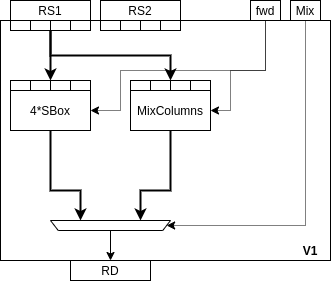
The draw.io diagram doc/diagrams/ise-datapath-v1.png in scarv/aes-risc-pipeline, before a commit. Source tidied: cells renumbered, new cells last; positions are measured from the earlier drawing's top-left corner, leaving out a move shared by most shapes.
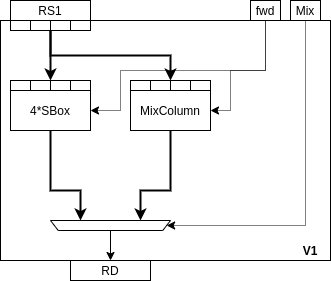
The same diagram one commit later.

Commit message:
paper: Update datapath diagrams and move to appendix.

Change to the diagram source:
```diff
@@ -8,127 +8,112 @@
     <mxCell id="3" value="RS1" style="rounded=0;whiteSpace=wrap;html=1;" parent="1" vertex="1">
       <mxGeometry x="10" width="80" height="20" as="geometry" />
     </mxCell>
-    <mxCell id="4" value="RS2" style="rounded=0;whiteSpace=wrap;html=1;" parent="1" vertex="1">
-      <mxGeometry x="100" width="80" height="20" as="geometry" />
+    <mxCell id="4" style="edgeStyle=orthogonalEdgeStyle;rounded=0;jettySize=auto;html=1;exitX=0.5;exitY=1;exitDx=0;exitDy=0;entryX=1;entryY=0.5;entryDx=0;entryDy=0;dashed=1;dashPattern=1 1;" parent="1" edge="1" source="6" target="10">
+      <mxGeometry relative="1" as="geometry">
+        <Array as="points">
+          <mxPoint x="265" y="70" />
+          <mxPoint x="120" y="70" />
+          <mxPoint x="120" y="110" />
+        </Array>
+      </mxGeometry>
     </mxCell>
-    <mxCell id="5" style="edgeStyle=orthogonalEdgeStyle;rounded=0;jettySize=auto;html=1;exitX=0.5;exitY=1;exitDx=0;exitDy=0;entryX=1;entryY=0.5;entryDx=0;entryDy=0;dashed=1;dashPattern=1 1;" parent="1" edge="1" source="7" target="11">
+    <mxCell id="5" style="edgeStyle=orthogonalEdgeStyle;rounded=0;jettySize=auto;html=1;exitX=0.5;exitY=1;exitDx=0;exitDy=0;entryX=1;entryY=0.5;entryDx=0;entryDy=0;dashed=1;dashPattern=1 1;" parent="1" edge="1" source="6" target="12">
       <mxGeometry relative="1" as="geometry">
         <Array as="points">
           <mxPoint x="265" y="70" />
-          <mxPoint x="120" y="70" />
-          <mxPoint x="120" y="110" />
+          <mxPoint x="230" y="70" />
+          <mxPoint x="230" y="110" />
         </Array>
       </mxGeometry>
     </mxCell>
-    <mxCell id="6" style="edgeStyle=orthogonalEdgeStyle;rounded=0;jettySize=auto;html=1;exitX=0.5;exitY=1;exitDx=0;exitDy=0;entryX=1;entryY=0.5;entryDx=0;entryDy=0;dashed=1;dashPattern=1 1;" parent="1" edge="1" source="7" target="13">
-      <mxGeometry relative="1" as="geometry">
-        <Array as="points">
-          <mxPoint x="265" y="70" />
-          <mxPoint x="230" y="70" />
-          <mxPoint x="230" y="110" />
-        </Array>
-      </mxGeometry>
+    <mxCell id="6" value="fwd" style="rounded=0;whiteSpace=wrap;html=1;" parent="1" vertex="1">
+      <mxGeometry x="250" width="30" height="20" as="geometry" />
     </mxCell>
-    <mxCell id="7" value="fwd" style="rounded=0;whiteSpace=wrap;html=1;" parent="1" vertex="1">
-      <mxGeometry x="250" width="30" height="20" as="geometry" />
+    <mxCell id="7" style="edgeStyle=orthogonalEdgeStyle;rounded=0;jettySize=auto;html=1;exitX=0.5;exitY=1;exitDx=0;exitDy=0;entryX=0;entryY=0.5;entryDx=0;entryDy=0;dashed=1;dashPattern=1 1;" parent="1" edge="1" source="8" target="14">
+      <mxGeometry relative="1" as="geometry">
+        <Array as="points">
+          <mxPoint x="305" y="225" />
+        </Array>
+      </mxGeometry>
     </mxCell>
-    <mxCell id="8" style="edgeStyle=orthogonalEdgeStyle;rounded=0;jettySize=auto;html=1;exitX=0.5;exitY=1;exitDx=0;exitDy=0;entryX=0;entryY=0.5;entryDx=0;entryDy=0;dashed=1;dashPattern=1 1;" parent="1" edge="1" source="9" target="15">
-      <mxGeometry relative="1" as="geometry">
-        <Array as="points">
-          <mxPoint x="305" y="225" />
-        </Array>
-      </mxGeometry>
+    <mxCell id="8" value="Mix" style="rounded=0;whiteSpace=wrap;html=1;" parent="1" vertex="1">
+      <mxGeometry x="290" width="30" height="20" as="geometry" />
     </mxCell>
-    <mxCell id="9" value="Mix" style="rounded=0;whiteSpace=wrap;html=1;" parent="1" vertex="1">
-      <mxGeometry x="290" width="30" height="20" as="geometry" />
+    <mxCell id="9" style="edgeStyle=orthogonalEdgeStyle;rounded=0;jettySize=auto;html=1;exitX=0.5;exitY=1;exitDx=0;exitDy=0;entryX=0.75;entryY=1;entryDx=0;entryDy=0;strokeWidth=2;" parent="1" edge="1" source="10" target="14">
+      <mxGeometry relative="1" as="geometry">
+        <Array as="points">
+          <mxPoint x="50" y="190" />
+          <mxPoint x="80" y="190" />
+        </Array>
+      </mxGeometry>
     </mxCell>
-    <mxCell id="10" style="edgeStyle=orthogonalEdgeStyle;rounded=0;jettySize=auto;html=1;exitX=0.5;exitY=1;exitDx=0;exitDy=0;entryX=0.75;entryY=1;entryDx=0;entryDy=0;strokeWidth=2;" parent="1" edge="1" source="11" target="15">
-      <mxGeometry relative="1" as="geometry">
-        <Array as="points">
-          <mxPoint x="50" y="190" />
-          <mxPoint x="80" y="190" />
-        </Array>
-      </mxGeometry>
+    <mxCell id="10" value="4*SBox" style="rounded=0;whiteSpace=wrap;html=1;" parent="1" vertex="1">
+      <mxGeometry x="10" y="90" width="80" height="40" as="geometry" />
     </mxCell>
-    <mxCell id="11" value="4*SBox" style="rounded=0;whiteSpace=wrap;html=1;" parent="1" vertex="1">
-      <mxGeometry x="10" y="90" width="80" height="40" as="geometry" />
+    <mxCell id="11" style="edgeStyle=orthogonalEdgeStyle;rounded=0;jettySize=auto;html=1;exitX=0.5;exitY=1;exitDx=0;exitDy=0;entryX=0.25;entryY=1;entryDx=0;entryDy=0;strokeWidth=2;" parent="1" edge="1" source="12" target="14">
+      <mxGeometry relative="1" as="geometry">
+        <Array as="points">
+          <mxPoint x="170" y="190" />
+          <mxPoint x="140" y="190" />
+        </Array>
+      </mxGeometry>
     </mxCell>
-    <mxCell id="12" style="edgeStyle=orthogonalEdgeStyle;rounded=0;jettySize=auto;html=1;exitX=0.5;exitY=1;exitDx=0;exitDy=0;entryX=0.25;entryY=1;entryDx=0;entryDy=0;strokeWidth=2;" parent="1" edge="1" source="13" target="15">
-      <mxGeometry relative="1" as="geometry">
-        <Array as="points">
-          <mxPoint x="170" y="190" />
-          <mxPoint x="140" y="190" />
-        </Array>
-      </mxGeometry>
+    <mxCell id="12" value="MixColumn" style="rounded=0;whiteSpace=wrap;html=1;" parent="1" vertex="1">
+      <mxGeometry x="130" y="90" width="80" height="40" as="geometry" />
     </mxCell>
-    <mxCell id="13" value="MixColumns" style="rounded=0;whiteSpace=wrap;html=1;" parent="1" vertex="1">
-      <mxGeometry x="130" y="90" width="80" height="40" as="geometry" />
+    <mxCell id="13" style="edgeStyle=orthogonalEdgeStyle;rounded=0;jettySize=auto;html=1;exitX=0.5;exitY=0;exitDx=0;exitDy=0;entryX=0.5;entryY=0;entryDx=0;entryDy=0;" parent="1" edge="1" source="14" target="15">
+      <mxGeometry relative="1" as="geometry" />
     </mxCell>
-    <mxCell id="14" style="edgeStyle=orthogonalEdgeStyle;rounded=0;jettySize=auto;html=1;exitX=0.5;exitY=0;exitDx=0;exitDy=0;entryX=0.5;entryY=0;entryDx=0;entryDy=0;" parent="1" edge="1" source="15" target="16">
-      <mxGeometry relative="1" as="geometry" />
+    <mxCell id="14" style="shape=trapezoid;perimeter=trapezoidPerimeter;whiteSpace=wrap;html=1;rotation=-180;size=0.0644444444444452;" parent="1" vertex="1">
+      <mxGeometry x="50" y="220" width="120" height="10" as="geometry" />
     </mxCell>
-    <mxCell id="15" style="shape=trapezoid;perimeter=trapezoidPerimeter;whiteSpace=wrap;html=1;rotation=-180;size=0.0644444444444452;" parent="1" vertex="1">
-      <mxGeometry x="50" y="220" width="120" height="10" as="geometry" />
+    <mxCell id="15" value="RD" style="rounded=0;whiteSpace=wrap;html=1;" parent="1" vertex="1">
+      <mxGeometry x="70" y="260" width="80" height="20" as="geometry" />
     </mxCell>
-    <mxCell id="16" value="RD" style="rounded=0;whiteSpace=wrap;html=1;" parent="1" vertex="1">
-      <mxGeometry x="70" y="260" width="80" height="20" as="geometry" />
+    <mxCell id="16" value="&lt;b&gt;&lt;font style=&quot;font-size: 12px&quot;&gt;V1&lt;/font&gt;&lt;/b&gt;" style="text;html=1;strokeColor=none;fillColor=none;align=center;verticalAlign=middle;whiteSpace=wrap;rounded=0;fontSize=9;" parent="1" vertex="1">
+      <mxGeometry x="290" y="240" width="40" height="20" as="geometry" />
     </mxCell>
-    <mxCell id="17" value="&lt;b&gt;&lt;font style=&quot;font-size: 12px&quot;&gt;V1&lt;/font&gt;&lt;/b&gt;" style="text;html=1;strokeColor=none;fillColor=none;align=center;verticalAlign=middle;whiteSpace=wrap;rounded=0;fontSize=9;" parent="1" vertex="1">
-      <mxGeometry x="290" y="240" width="40" height="20" as="geometry" />
+    <mxCell id="17" style="rounded=0;whiteSpace=wrap;html=1;" parent="1" vertex="1">
+      <mxGeometry x="10" y="80" width="20" height="10" as="geometry" />
     </mxCell>
     <mxCell id="18" style="rounded=0;whiteSpace=wrap;html=1;" parent="1" vertex="1">
-      <mxGeometry x="10" y="80" width="20" height="10" as="geometry" />
+      <mxGeometry x="30" y="80" width="20" height="10" as="geometry" />
     </mxCell>
     <mxCell id="19" style="rounded=0;whiteSpace=wrap;html=1;" parent="1" vertex="1">
-      <mxGeometry x="30" y="80" width="20" height="10" as="geometry" />
+      <mxGeometry x="50" y="80" width="20" height="10" as="geometry" />
     </mxCell>
     <mxCell id="20" style="rounded=0;whiteSpace=wrap;html=1;" parent="1" vertex="1">
-      <mxGeometry x="50" y="80" width="20" height="10" as="geometry" />
+      <mxGeometry x="70" y="80" width="20" height="10" as="geometry" />
     </mxCell>
     <mxCell id="21" style="rounded=0;whiteSpace=wrap;html=1;" parent="1" vertex="1">
-      <mxGeometry x="70" y="80" width="20" height="10" as="geometry" />
+      <mxGeometry x="130" y="80" width="20" height="10" as="geometry" />
     </mxCell>
     <mxCell id="22" style="rounded=0;whiteSpace=wrap;html=1;" parent="1" vertex="1">
-      <mxGeometry x="100" y="20" width="20" height="10" as="geometry" />
+      <mxGeometry x="150" y="80" width="20" height="10" as="geometry" />
     </mxCell>
     <mxCell id="23" style="rounded=0;whiteSpace=wrap;html=1;" parent="1" vertex="1">
-      <mxGeometry x="120" y="20" width="20" height="10" as="geometry" />
+      <mxGeometry x="170" y="80" width="20" height="10" as="geometry" />
     </mxCell>
     <mxCell id="24" style="rounded=0;whiteSpace=wrap;html=1;" parent="1" vertex="1">
-      <mxGeometry x="140" y="20" width="20" height="10" as="geometry" />
+      <mxGeometry x="190" y="80" width="20" height="10" as="geometry" />
     </mxCell>
     <mxCell id="25" style="rounded=0;whiteSpace=wrap;html=1;" parent="1" vertex="1">
-      <mxGeometry x="160" y="20" width="20" height="10" as="geometry" />
+      <mxGeometry x="10" y="20" width="20" height="10" as="geometry" />
     </mxCell>
-    <mxCell id="26" style="rounded=0;whiteSpace=wrap;html=1;" parent="1" vertex="1">
-      <mxGeometry x="130" y="80" width="20" height="10" as="geometry" />
+    <mxCell id="26" style="edgeStyle=orthogonalEdgeStyle;rounded=0;jettySize=auto;html=1;exitX=1;exitY=1;exitDx=0;exitDy=0;entryX=0;entryY=0;entryDx=0;entryDy=0;strokeWidth=2;" parent="1" edge="1" source="27" target="19">
+      <mxGeometry relative="1" as="geometry" />
     </mxCell>
     <mxCell id="27" style="rounded=0;whiteSpace=wrap;html=1;" parent="1" vertex="1">
-      <mxGeometry x="150" y="80" width="20" height="10" as="geometry" />
+      <mxGeometry x="30" y="20" width="20" height="10" as="geometry" />
     </mxCell>
-    <mxCell id="28" style="rounded=0;whiteSpace=wrap;html=1;" parent="1" vertex="1">
-      <mxGeometry x="170" y="80" width="20" height="10" as="geometry" />
+    <mxCell id="28" style="edgeStyle=orthogonalEdgeStyle;rounded=0;jettySize=auto;html=1;exitX=0;exitY=1;exitDx=0;exitDy=0;entryX=0;entryY=0;entryDx=0;entryDy=0;strokeWidth=2;" parent="1" edge="1" source="29" target="23">
+      <mxGeometry relative="1" as="geometry" />
     </mxCell>
     <mxCell id="29" style="rounded=0;whiteSpace=wrap;html=1;" parent="1" vertex="1">
-      <mxGeometry x="190" y="80" width="20" height="10" as="geometry" />
+      <mxGeometry x="50" y="20" width="20" height="10" as="geometry" />
     </mxCell>
     <mxCell id="30" style="rounded=0;whiteSpace=wrap;html=1;" parent="1" vertex="1">
-      <mxGeometry x="10" y="20" width="20" height="10" as="geometry" />
+      <mxGeometry x="70" y="20" width="20" height="10" as="geometry" />
     </mxCell>
-    <mxCell id="31" style="edgeStyle=orthogonalEdgeStyle;rounded=0;jettySize=auto;html=1;exitX=1;exitY=1;exitDx=0;exitDy=0;entryX=0;entryY=0;entryDx=0;entryDy=0;strokeWidth=2;" parent="1" edge="1" source="32" target="20">
-      <mxGeometry relative="1" as="geometry" />
-    </mxCell>
-    <mxCell id="32" style="rounded=0;whiteSpace=wrap;html=1;" parent="1" vertex="1">
-      <mxGeometry x="30" y="20" width="20" height="10" as="geometry" />
-    </mxCell>
-    <mxCell id="33" style="edgeStyle=orthogonalEdgeStyle;rounded=0;jettySize=auto;html=1;exitX=0;exitY=1;exitDx=0;exitDy=0;entryX=0;entryY=0;entryDx=0;entryDy=0;strokeWidth=2;" parent="1" edge="1" source="34" target="28">
-      <mxGeometry relative="1" as="geometry" />
-    </mxCell>
-    <mxCell id="34" style="rounded=0;whiteSpace=wrap;html=1;" parent="1" vertex="1">
-      <mxGeometry x="50" y="20" width="20" height="10" as="geometry" />
-    </mxCell>
-    <mxCell id="35" style="rounded=0;whiteSpace=wrap;html=1;" parent="1" vertex="1">
-      <mxGeometry x="70" y="20" width="20" height="10" as="geometry" />
-    </mxCell>
   </root>
 </mxGraphModel>
```
